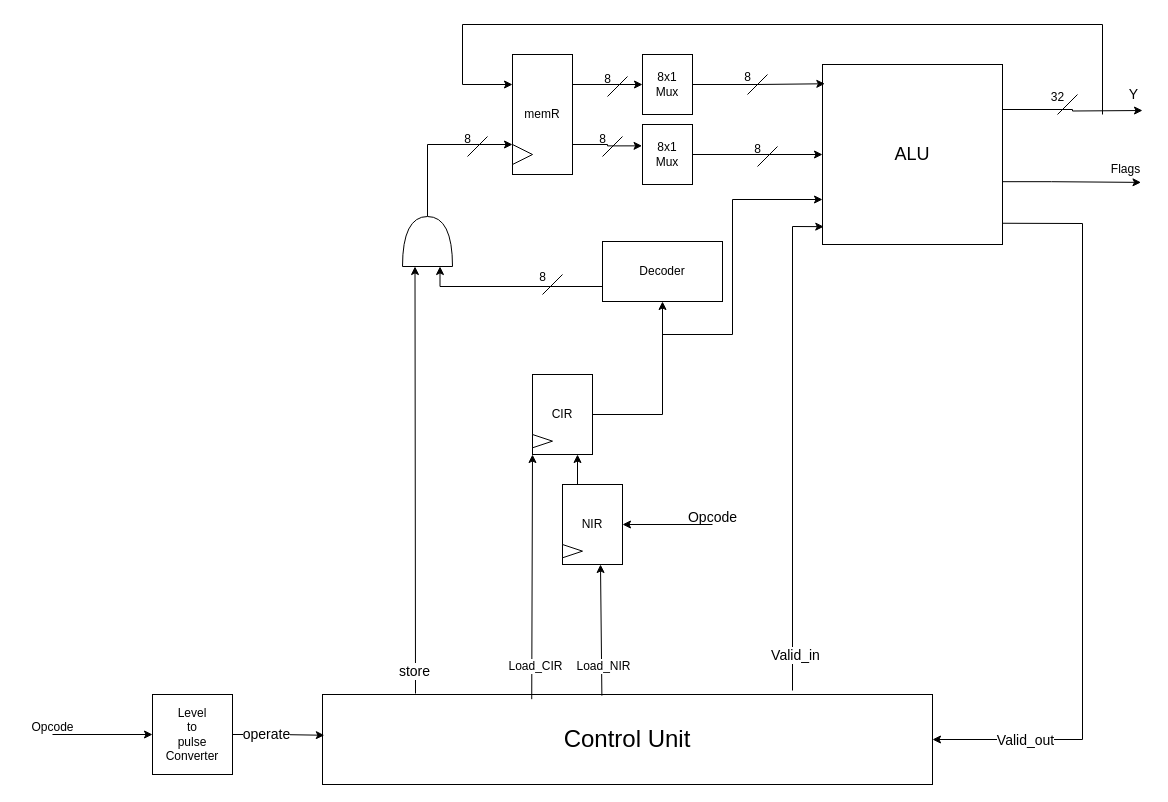
Before: page "Page-2" (2 of 2) of Alu.drawio in abubakar-lgtm/DSD_2023_Abubakar, a draw.io diagram. Source tidied: cells renumbered, new cells numbered last; positions are measured from the earlier drawing's top-left corner, leaving out a move shared by most shapes. Both pictures are drawn from the tidied source at 100%, with x=0, y=0 at pixel (17, 24).
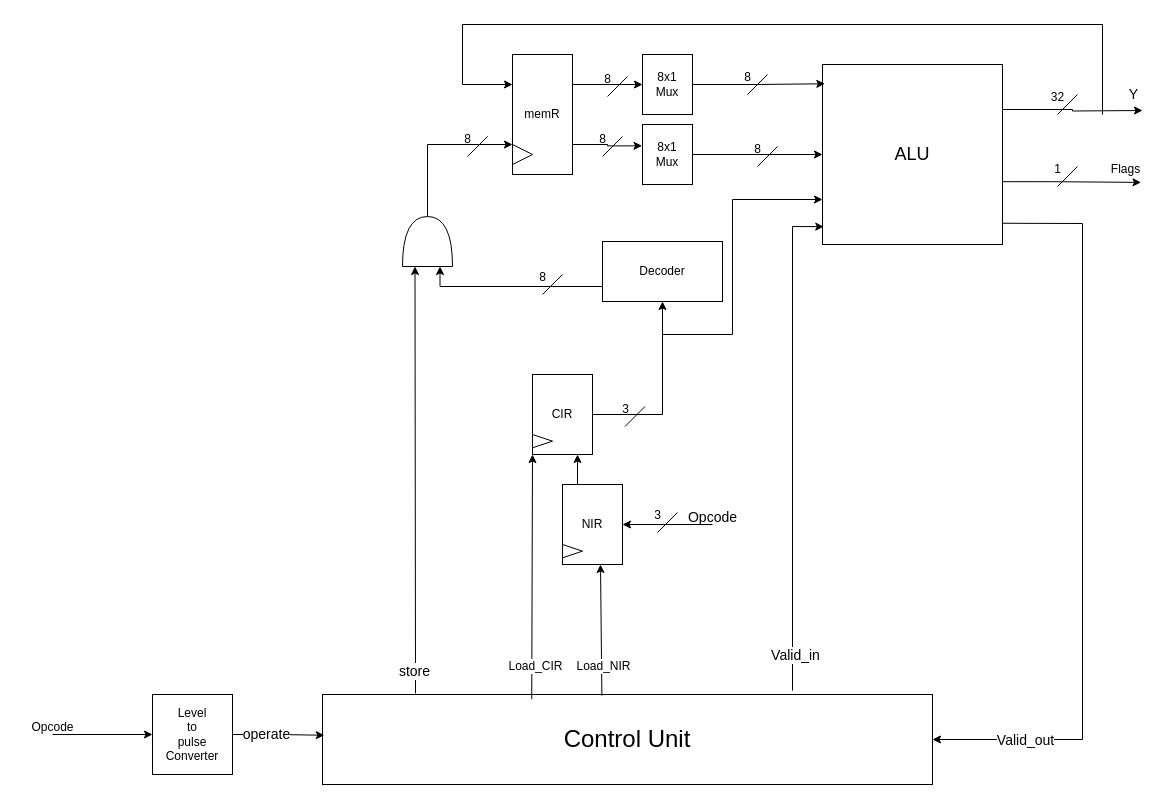
The same page after the edit.

Change to the diagram source:
```diff
@@
+    <mxCell id="62" style="endArrow=none;html=1;rounded=0;fontStyle=0;" parent="1" edge="1">
+      <mxGeometry relative="1" as="geometry">
+        <mxPoint x="1060" y="142" as="sourcePoint" />
+        <mxPoint x="1040" y="162" as="targetPoint" />
+      </mxGeometry>
+    </mxCell>
+    <mxCell id="63" value="1" style="text;html=1;align=center;verticalAlign=middle;strokeColor=none;fillColor=none;fontStyle=0;" parent="1" vertex="1">
+      <mxGeometry x="1025" y="130" width="30" height="30" as="geometry" />
+    </mxCell>
+    <mxCell id="64" style="endArrow=none;html=1;rounded=0;fontStyle=0;" parent="1" edge="1">
+      <mxGeometry relative="1" as="geometry">
+        <mxPoint x="660" y="488" as="sourcePoint" />
+        <mxPoint x="640" y="508" as="targetPoint" />
+      </mxGeometry>
+    </mxCell>
+    <mxCell id="65" value="3" style="text;html=1;align=center;verticalAlign=middle;strokeColor=none;fillColor=none;fontStyle=0;" parent="1" vertex="1">
+      <mxGeometry x="625" y="476" width="30" height="30" as="geometry" />
+    </mxCell>
+    <mxCell id="66" style="endArrow=none;html=1;rounded=0;fontStyle=0;" parent="1" edge="1">
+      <mxGeometry relative="1" as="geometry">
+        <mxPoint x="627.5" y="382" as="sourcePoint" />
+        <mxPoint x="607.5" y="402" as="targetPoint" />
+      </mxGeometry>
+    </mxCell>
+    <mxCell id="67" value="3" style="text;html=1;align=center;verticalAlign=middle;strokeColor=none;fillColor=none;fontStyle=0;" parent="1" vertex="1">
+      <mxGeometry x="592.5" y="370" width="30" height="30" as="geometry" />
+    </mxCell>
```
